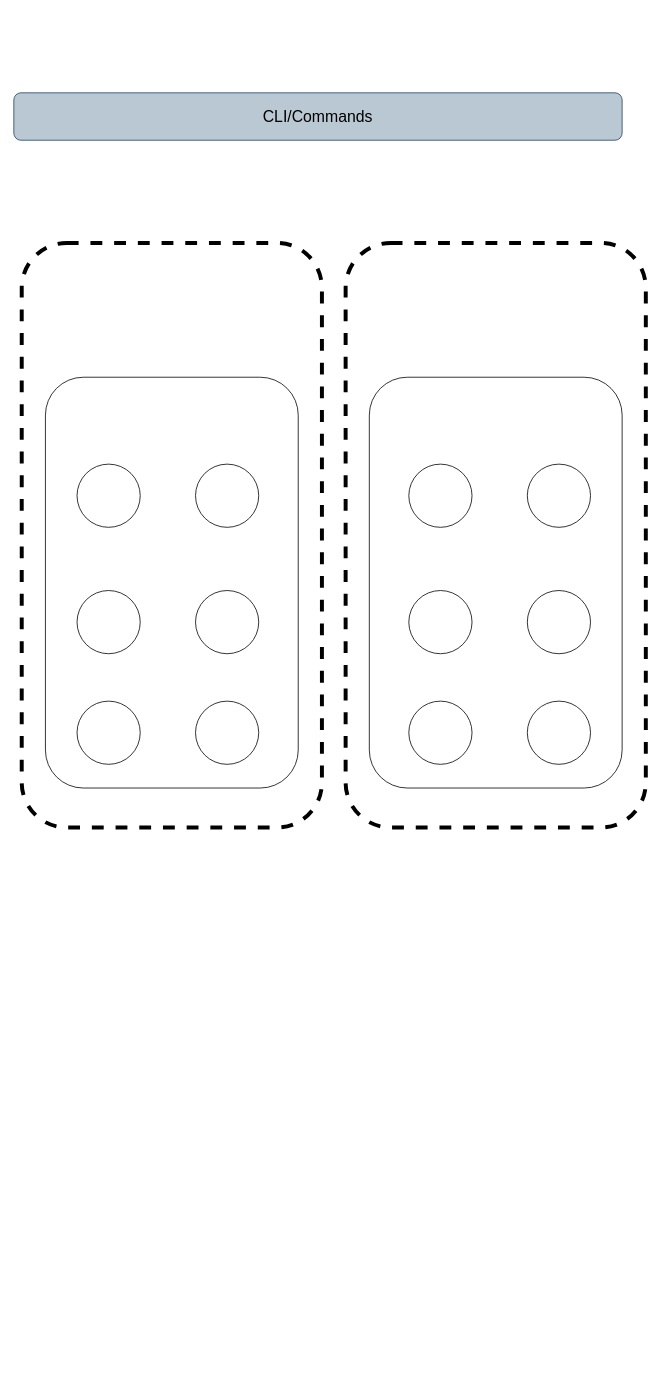
The draw.io diagram architecture/cdev_core.drawio in cdev-framework/cdev-sdk, before the edit. Source tidied: cells renumbered, new cells numbered last; positions are measured from the earlier drawing's top-left corner, leaving out a move shared by most shapes. Both pictures are drawn from the tidied source at 79%, with x=0, y=0 at pixel (13, 92).
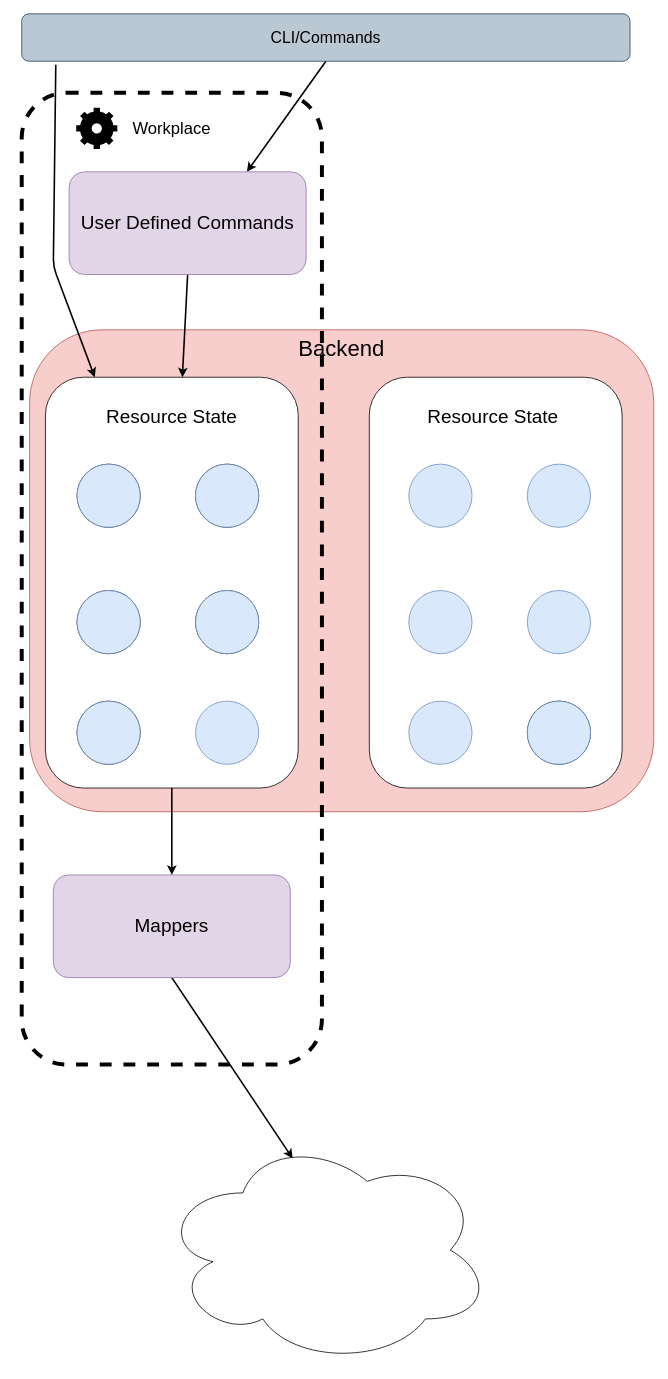
The same page after the edit.

Commit message (it also covers changes not shown here):
update to architecture diagrams

What changed in the source:
```diff
@@
+    <mxCell id="19" value="&lt;font color=&quot;#000000&quot; style=&quot;font-size: 28px;&quot;&gt;Backend&lt;/font&gt;" style="rounded=1;whiteSpace=wrap;html=1;glass=0;fontSize=28;fillColor=#f8cecc;strokeColor=#b85450;verticalAlign=top;" parent="1" vertex="1">
+      <mxGeometry x="20" y="300" width="790" height="610" as="geometry" />
+    </mxCell>
+    <mxCell id="5" value="&lt;span style=&quot;font-size: 21px&quot;&gt;&lt;br&gt;Workplace&lt;/span&gt;" style="rounded=1;whiteSpace=wrap;html=1;dashed=1;fillColor=none;strokeWidth=5;verticalAlign=top;align=center;" parent="1" vertex="1">
+      <mxGeometry x="10" width="380" height="1230" as="geometry" />
+    </mxCell>
+    <mxCell id="20" style="edgeStyle=none;html=1;exitX=0.056;exitY=1.072;exitDx=0;exitDy=0;fontSize=24;fontColor=#000000;strokeWidth=2;strokeColor=#000000;exitPerimeter=0;" parent="1" edge="1" source="2" target="3">
+      <mxGeometry relative="1" as="geometry">
+        <Array as="points">
+          <mxPoint x="50" y="220" />
+        </Array>
+      </mxGeometry>
+    </mxCell>
+    <mxCell id="21" style="edgeStyle=none;html=1;exitX=0.5;exitY=1;exitDx=0;exitDy=0;entryX=0.75;entryY=0;entryDx=0;entryDy=0;fontSize=24;fontColor=#000000;strokeColor=#000000;strokeWidth=2;" parent="1" edge="1" source="2" target="30">
+      <mxGeometry relative="1" as="geometry" />
+    </mxCell>
     <mxCell id="2" value="&lt;font style=&quot;font-size: 20px&quot;&gt;CLI/Commands&lt;/font&gt;" style="rounded=1;whiteSpace=wrap;html=1;verticalAlign=middle;fillColor=#bac8d3;strokeColor=#23445d;fontColor=#000000;" parent="1" vertex="1">
-      <mxGeometry width="770" height="60" as="geometry" />
+      <mxGeometry x="10" y="-100" width="770" height="60" as="geometry" />
     </mxCell>
+    <mxCell id="22" style="edgeStyle=none;html=1;exitX=0.5;exitY=1;exitDx=0;exitDy=0;fontSize=24;fontColor=#000000;strokeColor=#000000;strokeWidth=2;" parent="1" edge="1" source="3" target="32">
+      <mxGeometry relative="1" as="geometry" />
+    </mxCell>
-    <mxCell id="3" style="rounded=1;whiteSpace=wrap;html=1;" parent="1" vertex="1">
+    <mxCell id="3" value="&lt;font style=&quot;font-size: 24px&quot;&gt;&lt;br&gt;Resource State&lt;/font&gt;" style="rounded=1;whiteSpace=wrap;html=1;verticalAlign=top;" parent="1" vertex="1">
       <mxGeometry x="40" y="360" width="320" height="520" as="geometry" />
     </mxCell>
-    <mxCell id="4" style="rounded=1;whiteSpace=wrap;html=1;" parent="1" vertex="1">
+    <mxCell id="4" value="&lt;div&gt;&lt;span style=&quot;font-size: 24px&quot;&gt;&lt;br&gt;&lt;/span&gt;&lt;/div&gt;&lt;div&gt;&lt;span style=&quot;font-size: 24px&quot;&gt;Resource State&amp;nbsp;&lt;/span&gt;&lt;/div&gt;" style="rounded=1;whiteSpace=wrap;html=1;align=center;glass=0;horizontal=1;verticalAlign=top;" parent="1" vertex="1">
       <mxGeometry x="450" y="360" width="320" height="520" as="geometry" />
     </mxCell>
-    <mxCell id="5" style="rounded=1;whiteSpace=wrap;html=1;dashed=1;fillColor=none;strokeWidth=5;" parent="1" vertex="1">
-      <mxGeometry x="10" y="190" width="380" height="740" as="geometry" />
-    </mxCell>
-    <mxCell id="6" style="rounded=1;whiteSpace=wrap;html=1;dashed=1;fillColor=none;strokeWidth=5;" parent="1" vertex="1">
-      <mxGeometry x="420" y="190" width="380" height="740" as="geometry" />
-    </mxCell>
-    <mxCell id="7" style="ellipse;whiteSpace=wrap;html=1;strokeWidth=1;" parent="1" vertex="1">
+    <mxCell id="7" style="ellipse;whiteSpace=wrap;html=1;strokeWidth=1;fillColor=#dae8fc;strokeColor=#6c8ebf;" parent="1" vertex="1">
       <mxGeometry x="500" y="470" width="80" height="80" as="geometry" />
     </mxCell>
-    <mxCell id="8" style="ellipse;whiteSpace=wrap;html=1;strokeWidth=1;" parent="1" vertex="1">
+    <mxCell id="8" style="ellipse;whiteSpace=wrap;html=1;strokeWidth=1;fillColor=#dae8fc;strokeColor=#6c8ebf;" parent="1" vertex="1">
       <mxGeometry x="650" y="470" width="80" height="80" as="geometry" />
     </mxCell>
-    <mxCell id="9" style="ellipse;whiteSpace=wrap;html=1;strokeWidth=1;" parent="1" vertex="1">
+    <mxCell id="9" style="ellipse;whiteSpace=wrap;html=1;strokeWidth=1;fillColor=#dae8fc;strokeColor=#6c8ebf;" parent="1" vertex="1">
       <mxGeometry x="650" y="630" width="80" height="80" as="geometry" />
     </mxCell>
-    <mxCell id="10" style="ellipse;whiteSpace=wrap;html=1;strokeWidth=1;" parent="1" vertex="1">
+    <mxCell id="10" style="ellipse;whiteSpace=wrap;html=1;strokeWidth=1;fillColor=#dae8fc;strokeColor=#6c8ebf;" parent="1" vertex="1">
       <mxGeometry x="500" y="630" width="80" height="80" as="geometry" />
     </mxCell>
-    <mxCell id="11" style="ellipse;whiteSpace=wrap;html=1;strokeWidth=1;" parent="1" vertex="1">
+    <mxCell id="11" style="ellipse;whiteSpace=wrap;html=1;strokeWidth=1;fillColor=#dae8fc;strokeColor=#6c8ebf;" parent="1" vertex="1">
       <mxGeometry x="500" y="770" width="80" height="80" as="geometry" />
     </mxCell>
@@
-    <mxCell id="18" style="ellipse;whiteSpace=wrap;html=1;strokeWidth=1;" parent="1" vertex="1">
+    <mxCell id="18" style="ellipse;whiteSpace=wrap;html=1;strokeWidth=1;fillColor=#dae8fc;strokeColor=#6c8ebf;" parent="1" vertex="1">
       <mxGeometry x="230" y="770" width="80" height="80" as="geometry" />
     </mxCell>
+    <mxCell id="23" style="ellipse;whiteSpace=wrap;html=1;strokeWidth=1;fillColor=#dae8fc;strokeColor=#6c8ebf;" parent="1" vertex="1">
+      <mxGeometry x="650" y="770" width="80" height="80" as="geometry" />
+    </mxCell>
+    <mxCell id="24" style="ellipse;whiteSpace=wrap;html=1;strokeWidth=1;fillColor=#dae8fc;strokeColor=#6c8ebf;" parent="1" vertex="1">
+      <mxGeometry x="80" y="470" width="80" height="80" as="geometry" />
+    </mxCell>
+    <mxCell id="25" style="ellipse;whiteSpace=wrap;html=1;strokeWidth=1;fillColor=#dae8fc;strokeColor=#6c8ebf;" parent="1" vertex="1">
+      <mxGeometry x="230" y="470" width="80" height="80" as="geometry" />
+    </mxCell>
+    <mxCell id="26" style="ellipse;whiteSpace=wrap;html=1;strokeWidth=1;fillColor=#dae8fc;strokeColor=#6c8ebf;" parent="1" vertex="1">
+      <mxGeometry x="230" y="630" width="80" height="80" as="geometry" />
+    </mxCell>
+    <mxCell id="27" style="ellipse;whiteSpace=wrap;html=1;strokeWidth=1;fillColor=#dae8fc;strokeColor=#6c8ebf;" parent="1" vertex="1">
+      <mxGeometry x="80" y="630" width="80" height="80" as="geometry" />
+    </mxCell>
+    <mxCell id="28" style="ellipse;whiteSpace=wrap;html=1;strokeWidth=1;fillColor=#dae8fc;strokeColor=#6c8ebf;" parent="1" vertex="1">
+      <mxGeometry x="80" y="770" width="80" height="80" as="geometry" />
+    </mxCell>
+    <mxCell id="29" style="edgeStyle=none;html=1;exitX=0.5;exitY=1;exitDx=0;exitDy=0;fontSize=24;fontColor=#000000;strokeColor=#000000;strokeWidth=2;" parent="1" edge="1" source="30" target="3">
+      <mxGeometry relative="1" as="geometry" />
+    </mxCell>
+    <mxCell id="30" value="User Defined Commands" style="rounded=1;whiteSpace=wrap;html=1;glass=0;fontSize=24;fillColor=#e1d5e7;strokeColor=#9673a6;fontColor=#000000;" parent="1" vertex="1">
+      <mxGeometry x="70" y="100" width="300" height="130" as="geometry" />
+    </mxCell>
+    <mxCell id="31" style="edgeStyle=none;html=1;exitX=0.5;exitY=1;exitDx=0;exitDy=0;entryX=0.4;entryY=0.1;entryDx=0;entryDy=0;entryPerimeter=0;fontSize=24;fontColor=#000000;strokeColor=#000000;strokeWidth=2;" parent="1" edge="1" source="32" target="33">
+      <mxGeometry relative="1" as="geometry" />
+    </mxCell>
+    <mxCell id="32" value="Mappers" style="rounded=1;whiteSpace=wrap;html=1;glass=0;fontSize=24;fillColor=#e1d5e7;strokeColor=#9673a6;fontColor=#000000;" parent="1" vertex="1">
+      <mxGeometry x="50" y="990" width="300" height="130" as="geometry" />
+    </mxCell>
+    <mxCell id="33" style="ellipse;shape=cloud;whiteSpace=wrap;html=1;glass=0;fontSize=24;fontColor=#000000;fillColor=#FFFFFF;" parent="1" vertex="1">
+      <mxGeometry x="185" y="1320" width="420" height="290" as="geometry" />
+    </mxCell>
+    <mxCell id="34" style="html=1;verticalLabelPosition=bottom;align=center;labelBackgroundColor=#ffffff;verticalAlign=top;strokeWidth=2;strokeColor=#000000;shadow=0;dashed=0;shape=mxgraph.ios7.icons.settings;glass=0;fontSize=24;fontColor=#000000;fillColor=#000000;" parent="1" vertex="1">
+      <mxGeometry x="80" y="20" width="50" height="50" as="geometry" />
+    </mxCell>
```
